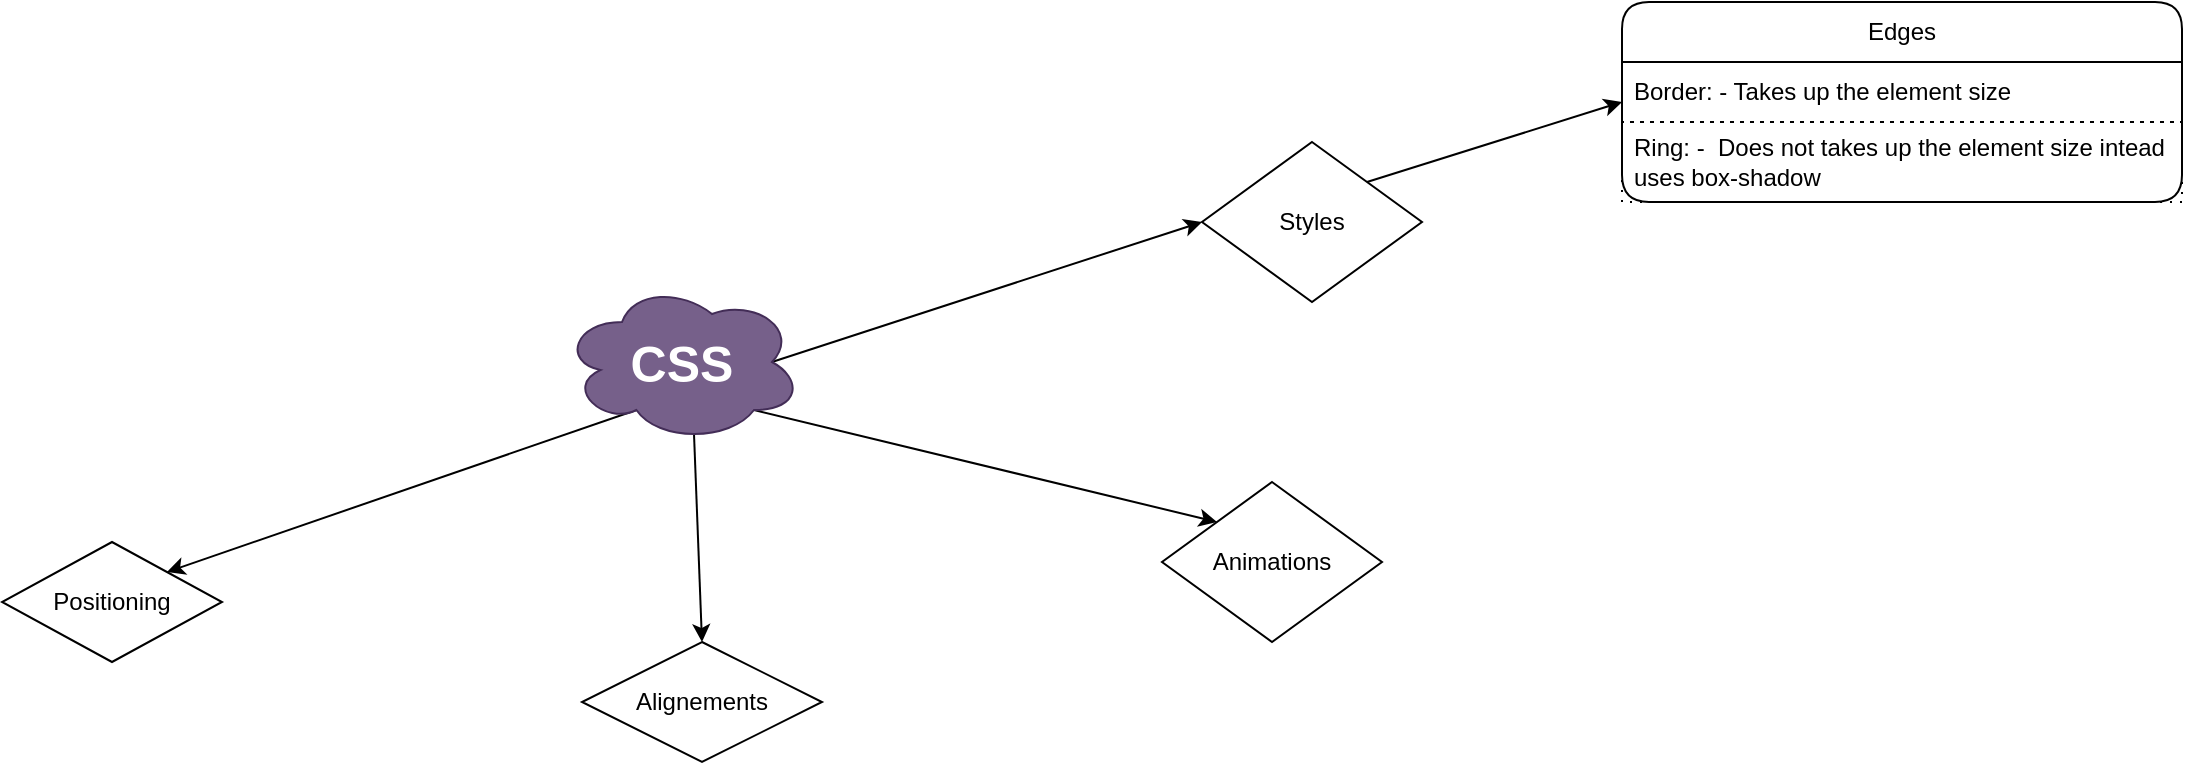
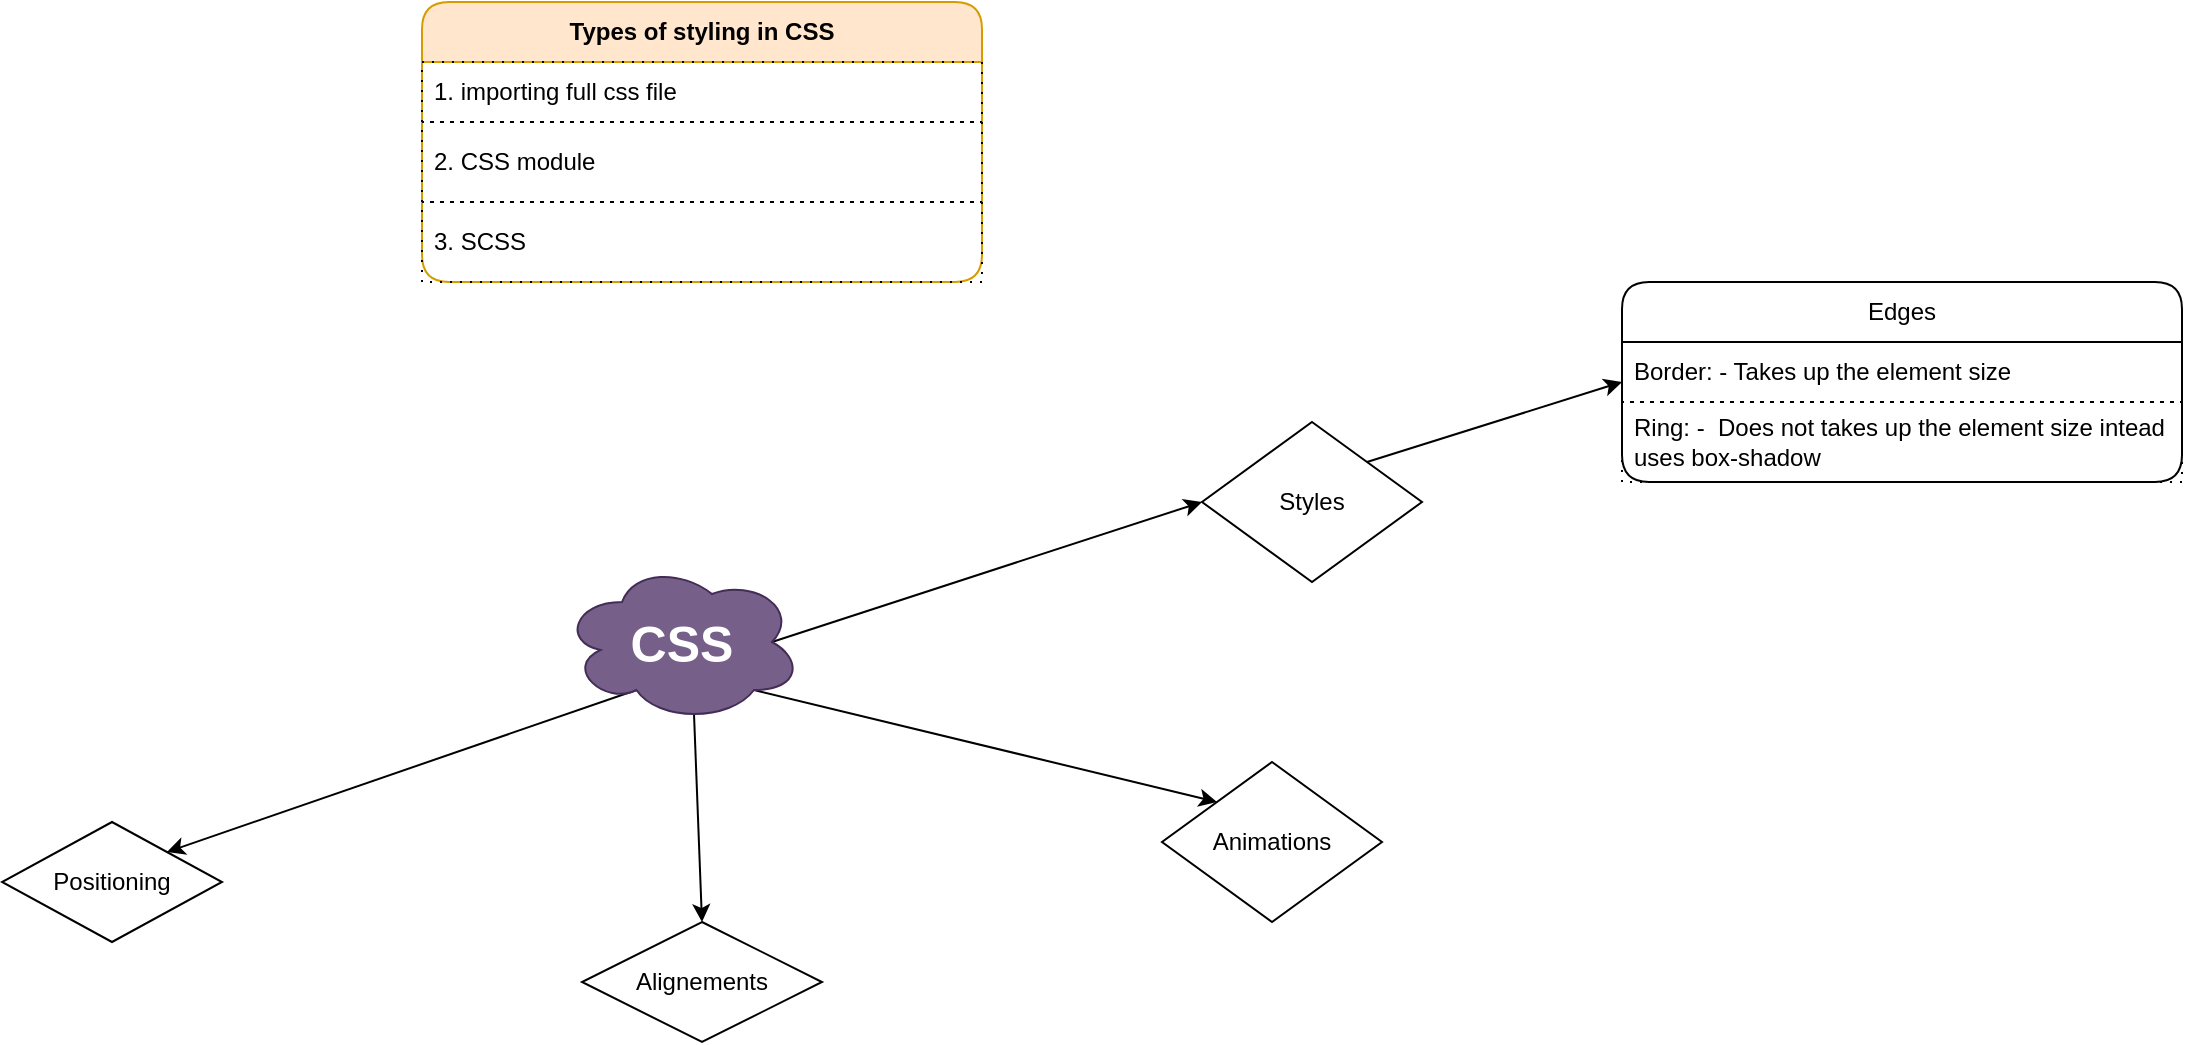
<mxfile host="65bd71144e">
    <diagram id="12dzJt9_TCVMoS33czY_" name="Page-1">
        <mxGraphModel dx="1472" dy="1644" grid="1" gridSize="10" guides="1" tooltips="1" connect="1" arrows="1" fold="1" page="1" pageScale="1" pageWidth="827" pageHeight="1169" background="#ffffff" math="0" shadow="0">
            <root>
                <mxCell id="0"/>
                <mxCell id="1" parent="0"/>
                <mxCell id="3" style="edgeStyle=none;html=1;exitX=0.31;exitY=0.8;exitDx=0;exitDy=0;exitPerimeter=0;entryX=1;entryY=0;entryDx=0;entryDy=0;" parent="1" source="2" target="4" edge="1">
                    <mxGeometry relative="1" as="geometry">
                        <mxPoint x="180" y="220" as="targetPoint"/>
                    </mxGeometry>
                </mxCell>
                <mxCell id="6" style="edgeStyle=none;html=1;exitX=0.8;exitY=0.8;exitDx=0;exitDy=0;exitPerimeter=0;entryX=0;entryY=0;entryDx=0;entryDy=0;" parent="1" source="2" target="5" edge="1">
                    <mxGeometry relative="1" as="geometry"/>
                </mxCell>
                <mxCell id="7" style="edgeStyle=none;html=1;exitX=0.55;exitY=0.95;exitDx=0;exitDy=0;exitPerimeter=0;entryX=0.5;entryY=0;entryDx=0;entryDy=0;" parent="1" source="2" target="8" edge="1">
                    <mxGeometry relative="1" as="geometry">
                        <mxPoint x="300" y="250" as="targetPoint"/>
                    </mxGeometry>
                </mxCell>
                <mxCell id="16" style="edgeStyle=none;html=1;exitX=0.875;exitY=0.5;exitDx=0;exitDy=0;exitPerimeter=0;entryX=0;entryY=0.5;entryDx=0;entryDy=0;" parent="1" source="2" target="15" edge="1">
                    <mxGeometry relative="1" as="geometry"/>
                </mxCell>
                <mxCell id="2" value="&lt;b&gt;&lt;font style=&quot;font-size: 25px;&quot;&gt;CSS&lt;/font&gt;&lt;/b&gt;" style="ellipse;shape=cloud;whiteSpace=wrap;html=1;fillColor=light-dark(#76608A,#4C0099);fontColor=#ffffff;strokeColor=#432D57;" parent="1" vertex="1">
                    <mxGeometry x="240" y="120" width="120" height="80" as="geometry"/>
                </mxCell>
                <mxCell id="4" value="Positioning" style="rhombus;whiteSpace=wrap;html=1;" parent="1" vertex="1">
                    <mxGeometry x="-40" y="250" width="110" height="60" as="geometry"/>
                </mxCell>
                <mxCell id="13" style="edgeStyle=none;html=1;exitX=1;exitY=0;exitDx=0;exitDy=0;entryX=0;entryY=0.5;entryDx=0;entryDy=0;" parent="1" source="15" target="9" edge="1">
                    <mxGeometry relative="1" as="geometry"/>
                </mxCell>
                <mxCell id="5" value="Animations" style="rhombus;whiteSpace=wrap;html=1;" parent="1" vertex="1">
                    <mxGeometry x="540" y="220" width="110" height="80" as="geometry"/>
                </mxCell>
                <mxCell id="15" value="Styles" style="rhombus;whiteSpace=wrap;html=1;" parent="1" vertex="1">
                    <mxGeometry x="560" y="50" width="110" height="80" as="geometry"/>
                </mxCell>
                <mxCell id="8" value="Alignements" style="rhombus;whiteSpace=wrap;html=1;" parent="1" vertex="1">
                    <mxGeometry x="250" y="300" width="120" height="60" as="geometry"/>
                </mxCell>
                <mxCell id="9" value="Edges" style="swimlane;fontStyle=0;childLayout=stackLayout;horizontal=1;startSize=30;horizontalStack=0;resizeParent=1;resizeParentMax=0;resizeLast=0;collapsible=1;marginBottom=0;whiteSpace=wrap;html=1;rounded=1;" parent="1" vertex="1">
                    <mxGeometry x="770" y="-20" width="280" height="100" as="geometry">
                        <mxRectangle x="750" y="30" width="70" height="30" as="alternateBounds"/>
                    </mxGeometry>
                </mxCell>
                <mxCell id="12" value="Border: - Takes up the element size" style="text;strokeColor=default;fillColor=none;align=left;verticalAlign=middle;spacingLeft=4;spacingRight=4;overflow=hidden;points=[[0,0.5],[1,0.5]];portConstraint=eastwest;rotatable=0;whiteSpace=wrap;html=1;dashed=1;dashPattern=1 4;" parent="9" vertex="1">
                    <mxGeometry y="30" width="280" height="30" as="geometry"/>
                </mxCell>
                <mxCell id="14" value="Ring: -&amp;nbsp; Does not takes up the element size intead uses box-shadow" style="text;strokeColor=default;fillColor=none;align=left;verticalAlign=middle;spacingLeft=4;spacingRight=4;overflow=hidden;points=[[0,0.5],[1,0.5]];portConstraint=eastwest;rotatable=0;whiteSpace=wrap;html=1;dashed=1;dashPattern=1 4;" parent="9" vertex="1">
                    <mxGeometry y="60" width="280" height="40" as="geometry"/>
                </mxCell>
+                 <mxCell id="17" value="&lt;b&gt;Types of styling in CSS&lt;/b&gt;" style="swimlane;fontStyle=0;childLayout=stackLayout;horizontal=1;startSize=30;horizontalStack=0;resizeParent=1;resizeParentMax=0;resizeLast=0;collapsible=1;marginBottom=0;whiteSpace=wrap;html=1;rounded=1;fillColor=#ffe6cc;strokeColor=#d79b00;" vertex="1" parent="1">
+                     <mxGeometry x="170" y="-160" width="280" height="140" as="geometry">
+                         <mxRectangle x="750" y="30" width="70" height="30" as="alternateBounds"/>
+                     </mxGeometry>
+                 </mxCell>
+                 <mxCell id="18" value="1. importing full css file" style="text;strokeColor=default;fillColor=none;align=left;verticalAlign=middle;spacingLeft=4;spacingRight=4;overflow=hidden;points=[[0,0.5],[1,0.5]];portConstraint=eastwest;rotatable=0;whiteSpace=wrap;html=1;dashed=1;dashPattern=1 4;" vertex="1" parent="17">
+                     <mxGeometry y="30" width="280" height="30" as="geometry"/>
+                 </mxCell>
+                 <mxCell id="19" value="2. CSS module" style="text;strokeColor=default;fillColor=none;align=left;verticalAlign=middle;spacingLeft=4;spacingRight=4;overflow=hidden;points=[[0,0.5],[1,0.5]];portConstraint=eastwest;rotatable=0;whiteSpace=wrap;html=1;dashed=1;dashPattern=1 4;" vertex="1" parent="17">
+                     <mxGeometry y="60" width="280" height="40" as="geometry"/>
+                 </mxCell>
+                 <mxCell id="20" value="3. SCSS" style="text;strokeColor=default;fillColor=none;align=left;verticalAlign=middle;spacingLeft=4;spacingRight=4;overflow=hidden;points=[[0,0.5],[1,0.5]];portConstraint=eastwest;rotatable=0;whiteSpace=wrap;html=1;dashed=1;dashPattern=1 4;" vertex="1" parent="17">
+                     <mxGeometry y="100" width="280" height="40" as="geometry"/>
+                 </mxCell>
            </root>
        </mxGraphModel>
    </diagram>
</mxfile>